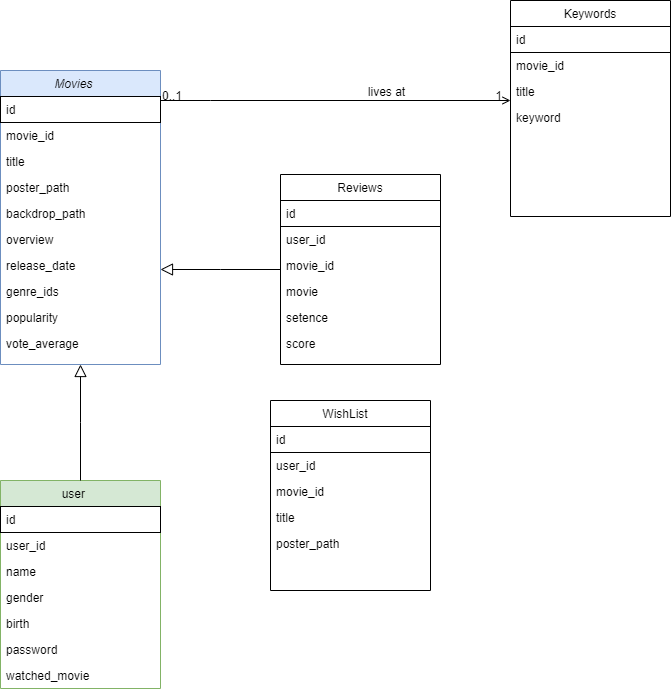
Before: 제목 없는 다이어그램.drawio.png, a diagram exported from draw.io (No88888888/HoRyong). Source tidied: cells renumbered, new cells last; positions are measured from the earlier drawing's top-left corner, leaving out a move shared by most shapes.
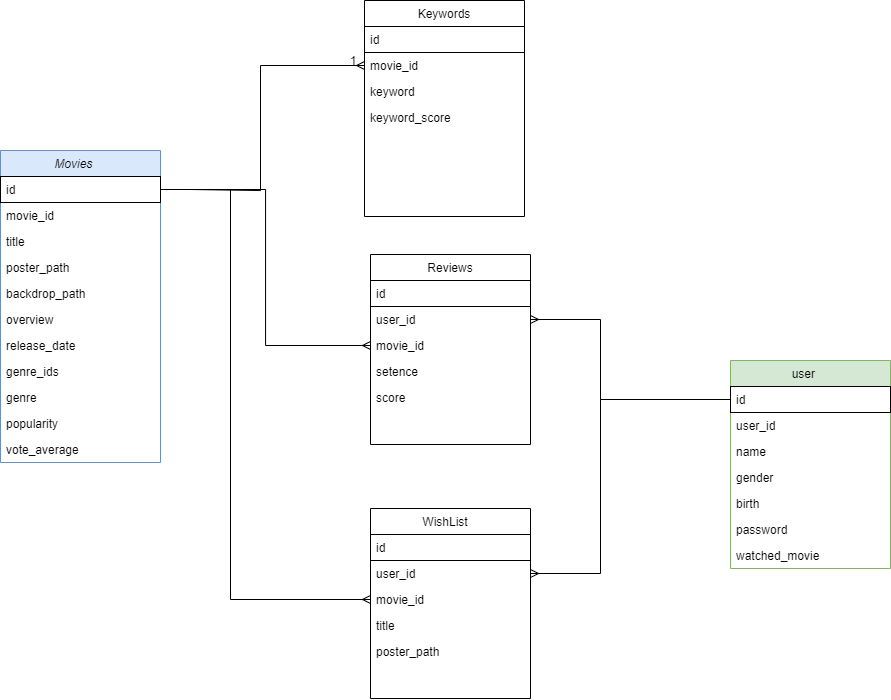
Later version of the same file.

Change to the diagram source:
```diff
@@ -3,7 +3,7 @@
     <mxCell id="0" />
     <mxCell id="1" parent="0" />
     <mxCell id="2" value="Movies    " style="swimlane;fontStyle=2;align=center;verticalAlign=top;horizontal=1;startSize=26;rounded=0;shadow=0;strokeWidth=1;fillColor=#dae8fc;strokeColor=#6c8ebf;" parent="1" vertex="1">
-      <mxGeometry y="70" width="160" height="294" as="geometry" />
+      <mxGeometry x="-30" y="70" width="160" height="312" as="geometry" />
     </mxCell>
     <mxCell id="3" value="id" style="text;align=left;verticalAlign=top;spacingLeft=4;spacingRight=4;overflow=hidden;points=[[0,0.5],[1,0.5]];portConstraint=eastwest;strokeColor=default;" parent="2" vertex="1">
       <mxGeometry y="26" width="160" height="26" as="geometry" />
@@ -29,14 +29,17 @@
     <mxCell id="10" value="genre_ids" style="text;align=left;verticalAlign=top;spacingLeft=4;spacingRight=4;overflow=hidden;rounded=0;shadow=0;html=0;" parent="2" vertex="1">
       <mxGeometry y="208" width="160" height="26" as="geometry" />
     </mxCell>
+    <mxCell id="45" value="genre" style="text;align=left;verticalAlign=top;spacingLeft=4;spacingRight=4;overflow=hidden;rounded=0;shadow=0;html=0;" parent="2" vertex="1">
+      <mxGeometry y="234" width="160" height="26" as="geometry" />
+    </mxCell>
     <mxCell id="11" value="popularity" style="text;align=left;verticalAlign=top;spacingLeft=4;spacingRight=4;overflow=hidden;rounded=0;shadow=0;html=0;" parent="2" vertex="1">
-      <mxGeometry y="234" width="160" height="26" as="geometry" />
+      <mxGeometry y="260" width="160" height="26" as="geometry" />
     </mxCell>
     <mxCell id="12" value="vote_average" style="text;align=left;verticalAlign=top;spacingLeft=4;spacingRight=4;overflow=hidden;rounded=0;shadow=0;html=0;" parent="2" vertex="1">
-      <mxGeometry y="260" width="160" height="26" as="geometry" />
+      <mxGeometry y="286" width="160" height="26" as="geometry" />
     </mxCell>
     <mxCell id="13" value="user    " style="swimlane;fontStyle=0;align=center;verticalAlign=top;horizontal=1;startSize=26;rounded=0;shadow=0;strokeWidth=1;fillColor=#d5e8d4;strokeColor=#82b366;" parent="1" vertex="1">
-      <mxGeometry y="480" width="160" height="208" as="geometry" />
+      <mxGeometry x="700" y="280" width="160" height="208" as="geometry" />
     </mxCell>
     <mxCell id="14" value="id" style="text;align=left;verticalAlign=top;spacingLeft=4;spacingRight=4;overflow=hidden;points=[[0,0.5],[1,0.5]];portConstraint=eastwest;strokeColor=default;" parent="13" vertex="1">
       <mxGeometry y="26" width="160" height="26" as="geometry" />
@@ -59,11 +62,8 @@
     <mxCell id="20" value="watched_movie" style="text;align=left;verticalAlign=top;spacingLeft=4;spacingRight=4;overflow=hidden;rounded=0;shadow=0;html=0;" parent="13" vertex="1">
       <mxGeometry y="182" width="160" height="26" as="geometry" />
     </mxCell>
-    <mxCell id="21" style="endArrow=block;endSize=10;endFill=0;shadow=0;strokeWidth=1;rounded=0;edgeStyle=elbowEdgeStyle;elbow=vertical;" parent="1" edge="1" source="13" target="2">
-      <mxGeometry relative="1" as="geometry" />
-    </mxCell>
     <mxCell id="22" value="Reviews" style="swimlane;fontStyle=0;align=center;verticalAlign=top;horizontal=1;startSize=26;rounded=0;shadow=0;strokeWidth=1;" parent="1" vertex="1">
-      <mxGeometry x="280" y="174" width="160" height="190" as="geometry" />
+      <mxGeometry x="340" y="174" width="160" height="190" as="geometry" />
     </mxCell>
     <mxCell id="23" value="id" style="text;align=left;verticalAlign=top;spacingLeft=4;spacingRight=4;overflow=hidden;strokeColor=default;" parent="22" vertex="1">
       <mxGeometry y="26" width="160" height="26" as="geometry" />
@@ -74,20 +74,14 @@
     <mxCell id="25" value="movie_id" style="text;align=left;verticalAlign=top;spacingLeft=4;spacingRight=4;overflow=hidden;points=[[0,0.5],[1,0.5]];portConstraint=eastwest;" parent="22" vertex="1">
       <mxGeometry y="78" width="160" height="26" as="geometry" />
     </mxCell>
-    <mxCell id="26" value="movie" style="text;align=left;verticalAlign=top;spacingLeft=4;spacingRight=4;overflow=hidden;" parent="22" vertex="1">
-      <mxGeometry y="104" width="160" height="26" as="geometry" />
-    </mxCell>
     <mxCell id="27" value="setence" style="text;align=left;verticalAlign=top;spacingLeft=4;spacingRight=4;overflow=hidden;" parent="22" vertex="1">
-      <mxGeometry y="130" width="160" height="26" as="geometry" />
+      <mxGeometry y="104" width="160" height="26" as="geometry" />
     </mxCell>
     <mxCell id="28" value="score" style="text;align=left;verticalAlign=top;spacingLeft=4;spacingRight=4;overflow=hidden;" parent="22" vertex="1">
-      <mxGeometry y="156" width="160" height="26" as="geometry" />
+      <mxGeometry y="130" width="160" height="26" as="geometry" />
     </mxCell>
-    <mxCell id="29" style="endArrow=block;endSize=10;endFill=0;shadow=0;strokeWidth=1;rounded=0;edgeStyle=elbowEdgeStyle;elbow=vertical;" parent="1" edge="1" source="22" target="2">
-      <mxGeometry relative="1" as="geometry" />
-    </mxCell>
     <mxCell id="30" value="Keywords" style="swimlane;fontStyle=0;align=center;verticalAlign=top;horizontal=1;startSize=26;rounded=0;shadow=0;strokeWidth=1;" parent="1" vertex="1">
-      <mxGeometry x="510" width="160" height="216" as="geometry" />
+      <mxGeometry x="334" y="-80" width="160" height="216" as="geometry" />
     </mxCell>
     <mxCell id="31" value="id   " style="text;align=left;verticalAlign=top;spacingLeft=4;spacingRight=4;overflow=hidden;strokeColor=default;" parent="30" vertex="1">
       <mxGeometry y="26" width="160" height="26" as="geometry" />
@@ -95,37 +89,29 @@
     <mxCell id="32" value="movie_id" style="text;align=left;verticalAlign=top;spacingLeft=4;spacingRight=4;overflow=hidden;points=[[0,0.5],[1,0.5]];portConstraint=eastwest;rounded=0;shadow=0;html=0;" parent="30" vertex="1">
       <mxGeometry y="52" width="160" height="26" as="geometry" />
     </mxCell>
-    <mxCell id="33" value="title" style="text;align=left;verticalAlign=top;spacingLeft=4;spacingRight=4;overflow=hidden;rounded=0;shadow=0;html=0;" parent="30" vertex="1">
-      <mxGeometry y="78" width="160" height="26" as="geometry" />
-    </mxCell>
     <mxCell id="34" value="keyword" style="text;align=left;verticalAlign=top;spacingLeft=4;spacingRight=4;overflow=hidden;rounded=0;shadow=0;html=0;" parent="30" vertex="1">
-      <mxGeometry y="104" width="160" height="26" as="geometry" />
+      <mxGeometry y="78" width="160" height="26" as="geometry" />
     </mxCell>
+    <mxCell id="46" value="keyword_score" style="text;align=left;verticalAlign=top;spacingLeft=4;spacingRight=4;overflow=hidden;rounded=0;shadow=0;html=0;" parent="30" vertex="1">
+      <mxGeometry y="104" width="160" height="26" as="geometry" />
+    </mxCell>
-    <mxCell id="35" style="endArrow=open;shadow=0;strokeWidth=1;rounded=0;endFill=1;edgeStyle=elbowEdgeStyle;elbow=vertical;" parent="1" edge="1" source="2" target="30">
+    <mxCell id="35" style="endArrow=ERmany;shadow=0;strokeWidth=1;rounded=0;endFill=0;edgeStyle=orthogonalEdgeStyle;elbow=vertical;exitX=1;exitY=0.5;exitDx=0;exitDy=0;entryX=0;entryY=0.5;entryDx=0;entryDy=0;" parent="1" edge="1" source="3" target="32">
       <mxGeometry x="0.5" y="41" relative="1" as="geometry">
         <Array as="points">
-          <mxPoint x="210" y="100" />
+          <mxPoint x="160" y="109" />
+          <mxPoint x="230" y="110" />
+          <mxPoint x="230" y="-15" />
         </Array>
         <mxPoint x="-40" y="32" as="offset" />
       </mxGeometry>
     </mxCell>
-    <mxCell id="36" value="0..1" style="align=left;verticalAlign=bottom;labelBackgroundColor=none;fontSize=12;" parent="35" vertex="1">
-      <mxGeometry x="-1" relative="1" as="geometry">
-        <mxPoint y="4" as="offset" />
-      </mxGeometry>
-    </mxCell>
     <mxCell id="37" value="1" style="align=right;verticalAlign=bottom;labelBackgroundColor=none;fontSize=12;" parent="35" vertex="1">
       <mxGeometry x="1" relative="1" as="geometry">
         <mxPoint x="-7" y="4" as="offset" />
       </mxGeometry>
     </mxCell>
-    <mxCell id="38" value="lives at" style="text;html=1;align=center;verticalAlign=middle;labelBackgroundColor=none;rounded=0;shadow=0;strokeWidth=1;fontSize=12;" parent="35" vertex="1">
-      <mxGeometry x="0.5" y="49" relative="1" as="geometry">
-        <mxPoint x="-38" y="40" as="offset" />
-      </mxGeometry>
-    </mxCell>
     <mxCell id="39" value="WishList   " style="swimlane;fontStyle=0;align=center;verticalAlign=top;horizontal=1;startSize=26;rounded=0;shadow=0;strokeWidth=1;" parent="1" vertex="1">
-      <mxGeometry x="270" y="400" width="160" height="190" as="geometry" />
+      <mxGeometry x="340" y="428" width="160" height="190" as="geometry" />
     </mxCell>
     <mxCell id="40" value="id" style="text;align=left;verticalAlign=top;spacingLeft=4;spacingRight=4;overflow=hidden;strokeColor=default;" parent="39" vertex="1">
       <mxGeometry y="26" width="160" height="26" as="geometry" />
@@ -142,5 +128,32 @@
     <mxCell id="44" value="poster_path" style="text;align=left;verticalAlign=top;spacingLeft=4;spacingRight=4;overflow=hidden;" parent="39" vertex="1">
       <mxGeometry y="130" width="160" height="26" as="geometry" />
     </mxCell>
+    <mxCell id="47" style="edgeStyle=orthogonalEdgeStyle;rounded=0;jettySize=auto;html=1;exitX=1;exitY=0.5;exitDx=0;exitDy=0;entryX=0;entryY=0.5;entryDx=0;entryDy=0;endArrow=ERmany;endFill=0;" parent="1" edge="1" source="3" target="25">
+      <mxGeometry relative="1" as="geometry" />
+    </mxCell>
+    <mxCell id="48" style="edgeStyle=orthogonalEdgeStyle;rounded=0;jettySize=auto;html=1;exitX=1;exitY=0.5;exitDx=0;exitDy=0;entryX=0;entryY=0.5;entryDx=0;entryDy=0;endArrow=ERmany;endFill=0;" parent="1" edge="1" source="3" target="42">
+      <mxGeometry relative="1" as="geometry">
+        <Array as="points">
+          <mxPoint x="200" y="109" />
+          <mxPoint x="200" y="519" />
+        </Array>
+      </mxGeometry>
+    </mxCell>
+    <mxCell id="49" style="edgeStyle=orthogonalEdgeStyle;rounded=0;jettySize=auto;html=1;entryX=1;entryY=0.5;entryDx=0;entryDy=0;endArrow=ERmany;endFill=0;" parent="1" edge="1" source="14" target="24">
+      <mxGeometry relative="1" as="geometry">
+        <Array as="points">
+          <mxPoint x="570" y="319" />
+          <mxPoint x="570" y="239" />
+        </Array>
+      </mxGeometry>
+    </mxCell>
+    <mxCell id="50" style="edgeStyle=orthogonalEdgeStyle;rounded=0;jettySize=auto;html=1;exitX=0;exitY=0.5;exitDx=0;exitDy=0;entryX=1;entryY=0.5;entryDx=0;entryDy=0;endArrow=ERmany;endFill=0;" parent="1" edge="1" source="14" target="41">
+      <mxGeometry relative="1" as="geometry">
+        <Array as="points">
+          <mxPoint x="570" y="319" />
+          <mxPoint x="570" y="493" />
+        </Array>
+      </mxGeometry>
+    </mxCell>
   </root>
 </mxGraphModel>
```
